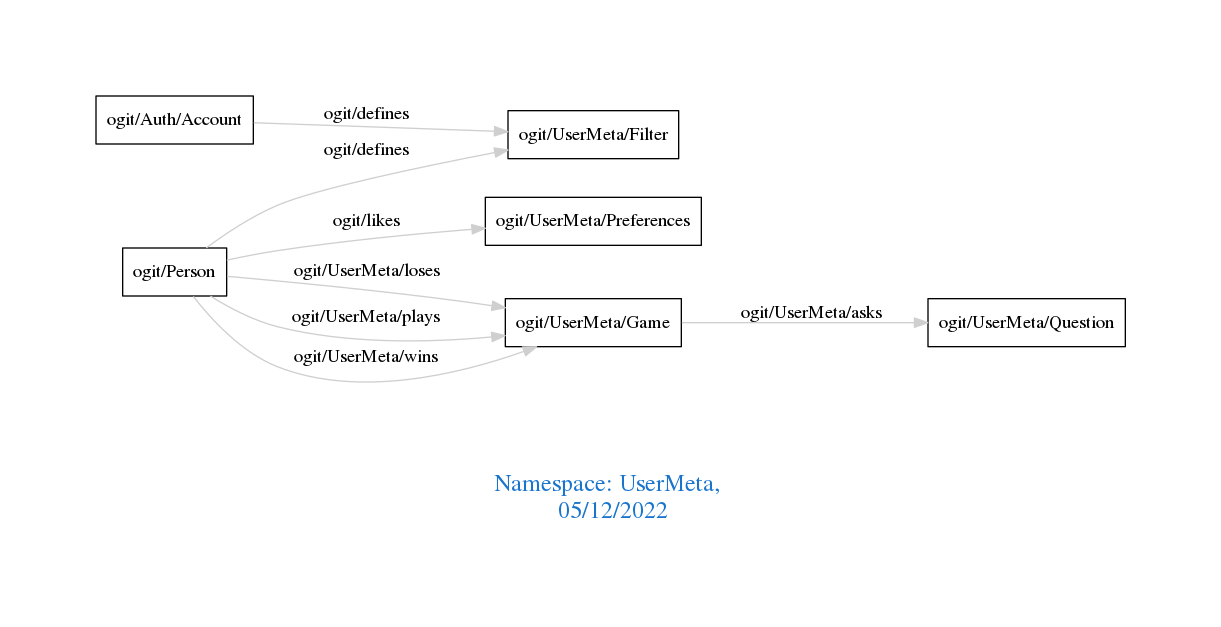
Earlier version of the Graphviz export downloads/UserMeta.png (arago/OGIT). Its source is kept beside it as downloads/UserMeta.dot.
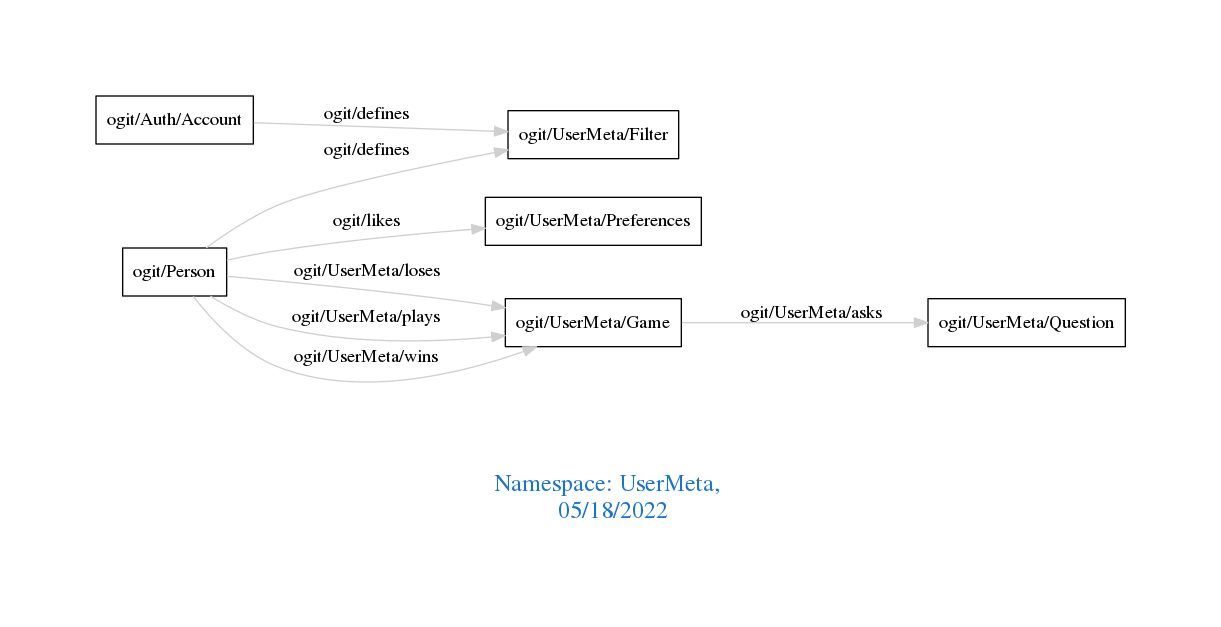
The same diagram one commit later.

What changed in the source:
```diff
@@ -1,7 +1,7 @@
 digraph OGIT_ontology {
  graph [ rankdir= LR,pad=1
 fontsize = 18,
-fontcolor= dodgerblue3,label = "\n\n\nNamespace: UserMeta, \n 05/12/2022"];
+fontcolor= dodgerblue3,label = "\n\n\nNamespace: UserMeta, \n 05/18/2022"];
 node[shape=polygon];
 edge [  color="gray81"];
 
```
